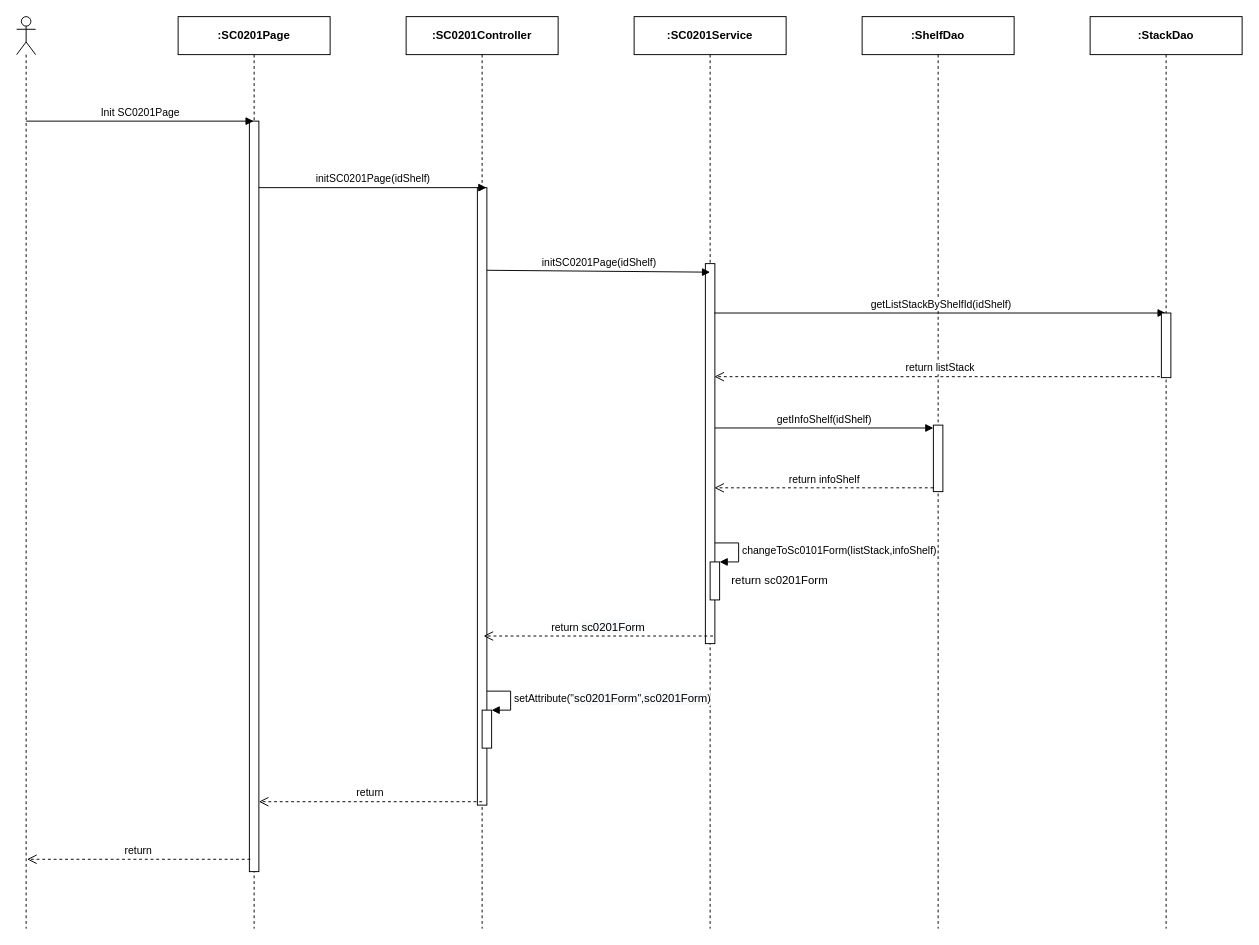
Above: page "Ev01" (1 of 7) of Users/LuanNM/SEQ Diagram Review/sc02/SC0201_ShelfDetail.drawio in luannmdev/CapstoneDocument (draw.io), before the change. Source tidied: cells renumbered, new cells numbered last; positions are measured from the earlier drawing's top-left corner, leaving out a move shared by most shapes. Both pictures are drawn from the tidied source at 95%, with x=0, y=0 at pixel (16, 16).
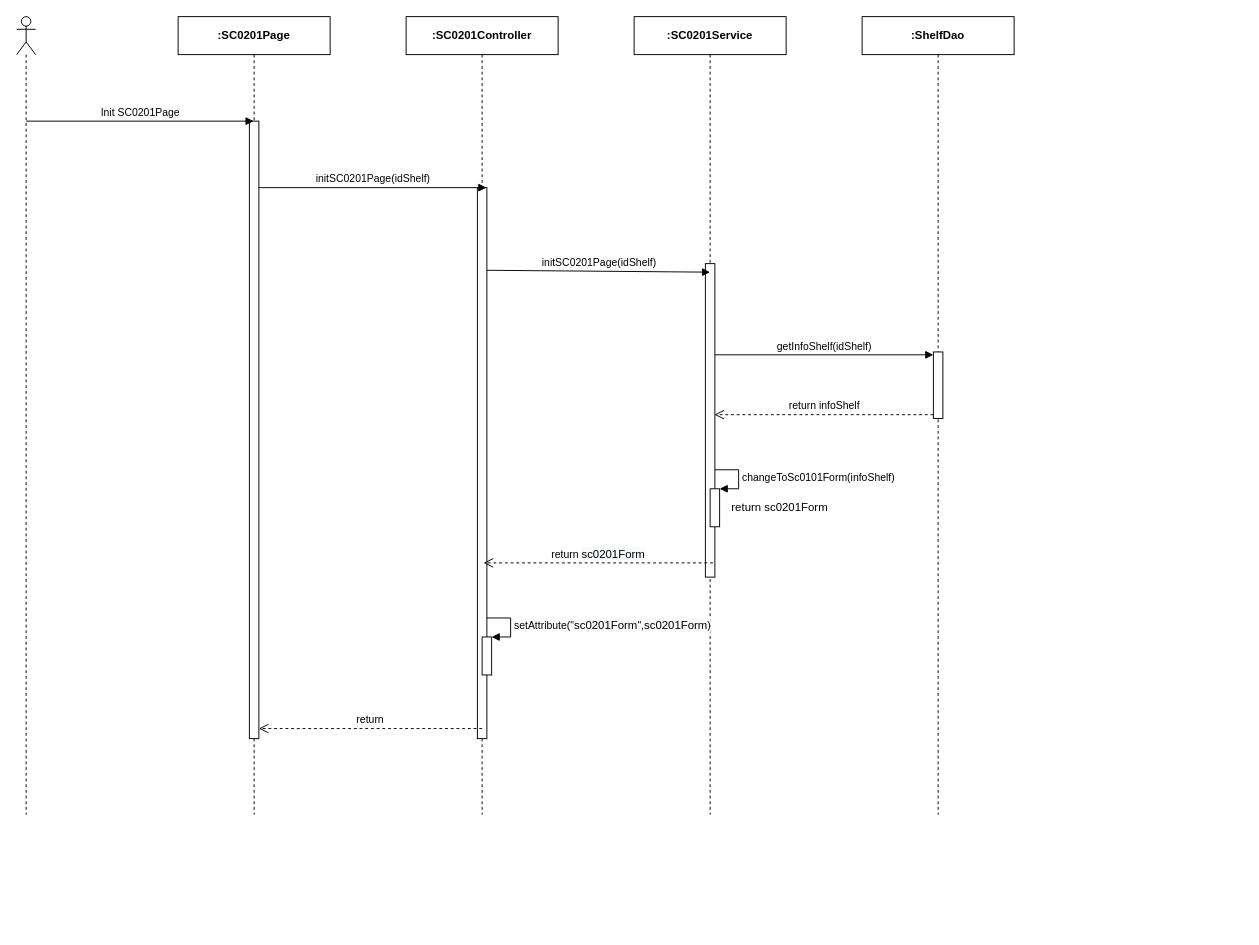
The same page after the edit.

Change to the diagram source:
```diff
@@
     <mxCell id="2" style="shape=umlLifeline;participant=umlActor;perimeter=lifelinePerimeter;whiteSpace=wrap;html=1;verticalAlign=top;spacingTop=36;" parent="1" vertex="1">
-      <mxGeometry width="20" height="960" as="geometry" />
+      <mxGeometry width="20" height="840" as="geometry" />
     </mxCell>
     <mxCell id="3" value="&lt;b&gt;:SC0201Page&lt;/b&gt;" style="shape=umlLifeline;perimeter=lifelinePerimeter;whiteSpace=wrap;html=1;outlineConnect=0;" parent="1" vertex="1">
-      <mxGeometry x="170" width="160" height="960" as="geometry" />
+      <mxGeometry x="170" width="160" height="840" as="geometry" />
     </mxCell>
     <mxCell id="4" style="html=1;perimeter=orthogonalPerimeter;" parent="3" vertex="1">
-      <mxGeometry x="75" y="110" width="10" height="790" as="geometry" />
+      <mxGeometry x="75" y="110" width="10" height="650" as="geometry" />
     </mxCell>
     <mxCell id="5" value="&lt;b&gt;:ShelfDao&lt;/b&gt;" style="shape=umlLifeline;perimeter=lifelinePerimeter;whiteSpace=wrap;html=1;" parent="1" vertex="1">
-      <mxGeometry x="890" width="160" height="960" as="geometry" />
+      <mxGeometry x="890" width="160" height="840" as="geometry" />
     </mxCell>
     <mxCell id="6" style="html=1;perimeter=orthogonalPerimeter;" parent="5" vertex="1">
-      <mxGeometry x="75" y="430" width="10" height="70" as="geometry" />
+      <mxGeometry x="75" y="353" width="10" height="70" as="geometry" />
     </mxCell>
     <mxCell id="7" value="getInfoShelf(idShelf)" style="html=1;verticalAlign=bottom;endArrow=block;entryX=0;entryY=0;" parent="5" edge="1">
       <mxGeometry relative="1" as="geometry">
-        <mxPoint x="-155.5" y="433" as="sourcePoint" />
-        <mxPoint x="75" y="433" as="targetPoint" />
+        <mxPoint x="-155.5" y="356" as="sourcePoint" />
+        <mxPoint x="75" y="356" as="targetPoint" />
       </mxGeometry>
     </mxCell>
     <mxCell id="8" value="return infoShelf" style="html=1;verticalAlign=bottom;endArrow=open;dashed=1;endSize=8;exitX=0;exitY=0.95;" parent="5" edge="1">
       <mxGeometry relative="1" as="geometry">
-        <mxPoint x="75" y="496" as="sourcePoint" />
-        <mxPoint x="-155.5" y="496" as="targetPoint" />
+        <mxPoint x="75" y="419" as="sourcePoint" />
+        <mxPoint x="-155.5" y="419" as="targetPoint" />
       </mxGeometry>
     </mxCell>
     <mxCell id="9" value="&lt;b&gt;:&lt;/b&gt;&lt;b&gt;SC0201&lt;/b&gt;&lt;b&gt;Service&lt;/b&gt;" style="shape=umlLifeline;perimeter=lifelinePerimeter;whiteSpace=wrap;html=1;" parent="1" vertex="1">
-      <mxGeometry x="650" width="160" height="960" as="geometry" />
+      <mxGeometry x="650" width="160" height="840" as="geometry" />
     </mxCell>
     <mxCell id="10" style="html=1;perimeter=orthogonalPerimeter;" parent="9" vertex="1">
-      <mxGeometry x="75" y="260" width="10" height="400" as="geometry" />
+      <mxGeometry x="75" y="260" width="10" height="330" as="geometry" />
     </mxCell>
     <mxCell id="11" value="&lt;b&gt;:SC0201Controller&lt;/b&gt;" style="shape=umlLifeline;perimeter=lifelinePerimeter;whiteSpace=wrap;html=1;" parent="1" vertex="1">
-      <mxGeometry x="410" width="160" height="960" as="geometry" />
+      <mxGeometry x="410" width="160" height="840" as="geometry" />
     </mxCell>
     <mxCell id="12" style="html=1;perimeter=orthogonalPerimeter;" parent="11" vertex="1">
-      <mxGeometry x="75" y="180" width="10" height="650" as="geometry" />
+      <mxGeometry x="75" y="180" width="10" height="580" as="geometry" />
     </mxCell>
     <mxCell id="13" style="html=1;points=[];perimeter=orthogonalPerimeter;" parent="11" vertex="1">
-      <mxGeometry x="80" y="730" width="10" height="40" as="geometry" />
+      <mxGeometry x="80" y="653" width="10" height="40" as="geometry" />
     </mxCell>
     <mxCell id="14" value="setAttribute(&quot;&lt;span style=&quot;font-size: 12px ; text-align: center ; background-color: rgb(248 , 249 , 250)&quot;&gt;sc0201Form&lt;/span&gt;&quot;,&lt;span style=&quot;font-size: 12px ; text-align: center ; background-color: rgb(248 , 249 , 250)&quot;&gt;sc0201Form&lt;/span&gt;)" style="edgeStyle=orthogonalEdgeStyle;html=1;align=left;spacingLeft=2;endArrow=block;rounded=0;entryX=1;entryY=0;" parent="11" edge="1" target="13">
       <mxGeometry relative="1" as="geometry">
-        <mxPoint x="85" y="710" as="sourcePoint" />
+        <mxPoint x="85" y="633" as="sourcePoint" />
         <Array as="points">
-          <mxPoint x="110" y="710" />
+          <mxPoint x="110" y="633" />
         </Array>
       </mxGeometry>
     </mxCell>
@@
     <mxCell id="18" value="return&amp;nbsp;&lt;span style=&quot;font-size: 12px ; background-color: rgb(248 , 249 , 250)&quot;&gt;sc0201Form&lt;/span&gt;" style="html=1;verticalAlign=bottom;endArrow=open;dashed=1;endSize=8;" parent="1" edge="1">
       <mxGeometry relative="1" as="geometry">
-        <mxPoint x="733" y="652" as="sourcePoint" />
-        <mxPoint x="491.5" y="652" as="targetPoint" />
+        <mxPoint x="733" y="575" as="sourcePoint" />
+        <mxPoint x="491.5" y="575" as="targetPoint" />
       </mxGeometry>
     </mxCell>
     <mxCell id="19" value="return" style="html=1;verticalAlign=bottom;endArrow=open;dashed=1;endSize=8;" parent="1" edge="1">
       <mxGeometry relative="1" as="geometry">
-        <mxPoint x="490" y="826.4" as="sourcePoint" />
-        <mxPoint x="255" y="826.4" as="targetPoint" />
+        <mxPoint x="490" y="749.4" as="sourcePoint" />
+        <mxPoint x="255" y="749.4" as="targetPoint" />
       </mxGeometry>
     </mxCell>
-    <mxCell id="20" value="return" style="html=1;verticalAlign=bottom;endArrow=open;dashed=1;endSize=8;" parent="1" edge="1">
-      <mxGeometry relative="1" as="geometry">
-        <mxPoint x="246" y="887" as="sourcePoint" />
-        <mxPoint x="11" y="887" as="targetPoint" />
-      </mxGeometry>
-    </mxCell>
-    <mxCell id="21" value="getListStackByShelfId(idShelf)" style="html=1;verticalAlign=bottom;endArrow=block;" parent="1" edge="1" target="26">
-      <mxGeometry relative="1" as="geometry">
-        <mxPoint x="734.5" y="312" as="sourcePoint" />
-      </mxGeometry>
-    </mxCell>
-    <mxCell id="22" value="return listStack" style="html=1;verticalAlign=bottom;endArrow=open;dashed=1;endSize=8;" parent="1" edge="1" source="26">
-      <mxGeometry relative="1" as="geometry">
-        <mxPoint x="734.5" y="379" as="targetPoint" />
-      </mxGeometry>
-    </mxCell>
     <mxCell id="23" style="html=1;points=[];perimeter=orthogonalPerimeter;" parent="1" vertex="1">
-      <mxGeometry x="730" y="574" width="10" height="40" as="geometry" />
+      <mxGeometry x="730" y="497" width="10" height="40" as="geometry" />
     </mxCell>
-    <mxCell id="24" value="changeToSc0101Form(listStack,infoShelf)" style="edgeStyle=orthogonalEdgeStyle;html=1;align=left;spacingLeft=2;endArrow=block;rounded=0;entryX=1;entryY=0;" parent="1" edge="1" target="23">
+    <mxCell id="24" value="changeToSc0101Form(infoShelf)" style="edgeStyle=orthogonalEdgeStyle;html=1;align=left;spacingLeft=2;endArrow=block;rounded=0;entryX=1;entryY=0;" parent="1" edge="1" target="23">
       <mxGeometry relative="1" as="geometry">
-        <mxPoint x="735" y="554" as="sourcePoint" />
+        <mxPoint x="735" y="477" as="sourcePoint" />
         <Array as="points">
-          <mxPoint x="760" y="554" />
+          <mxPoint x="760" y="477" />
         </Array>
       </mxGeometry>
     </mxCell>
     <mxCell id="25" value="return sc0201Form" style="text;html=1;align=center;verticalAlign=middle;" parent="1" vertex="1">
-      <mxGeometry x="743" y="584" width="120" height="20" as="geometry" />
+      <mxGeometry x="743" y="507" width="120" height="20" as="geometry" />
     </mxCell>
-    <mxCell id="26" value="&lt;b&gt;:StackDao&lt;/b&gt;" style="shape=umlLifeline;perimeter=lifelinePerimeter;whiteSpace=wrap;html=1;outlineConnect=0;" parent="1" vertex="1">
-      <mxGeometry x="1130" width="160" height="960" as="geometry" />
-    </mxCell>
-    <mxCell id="27" style="html=1;perimeter=orthogonalPerimeter;" parent="26" vertex="1">
-      <mxGeometry x="75" y="312" width="10" height="68" as="geometry" />
-    </mxCell>
```
